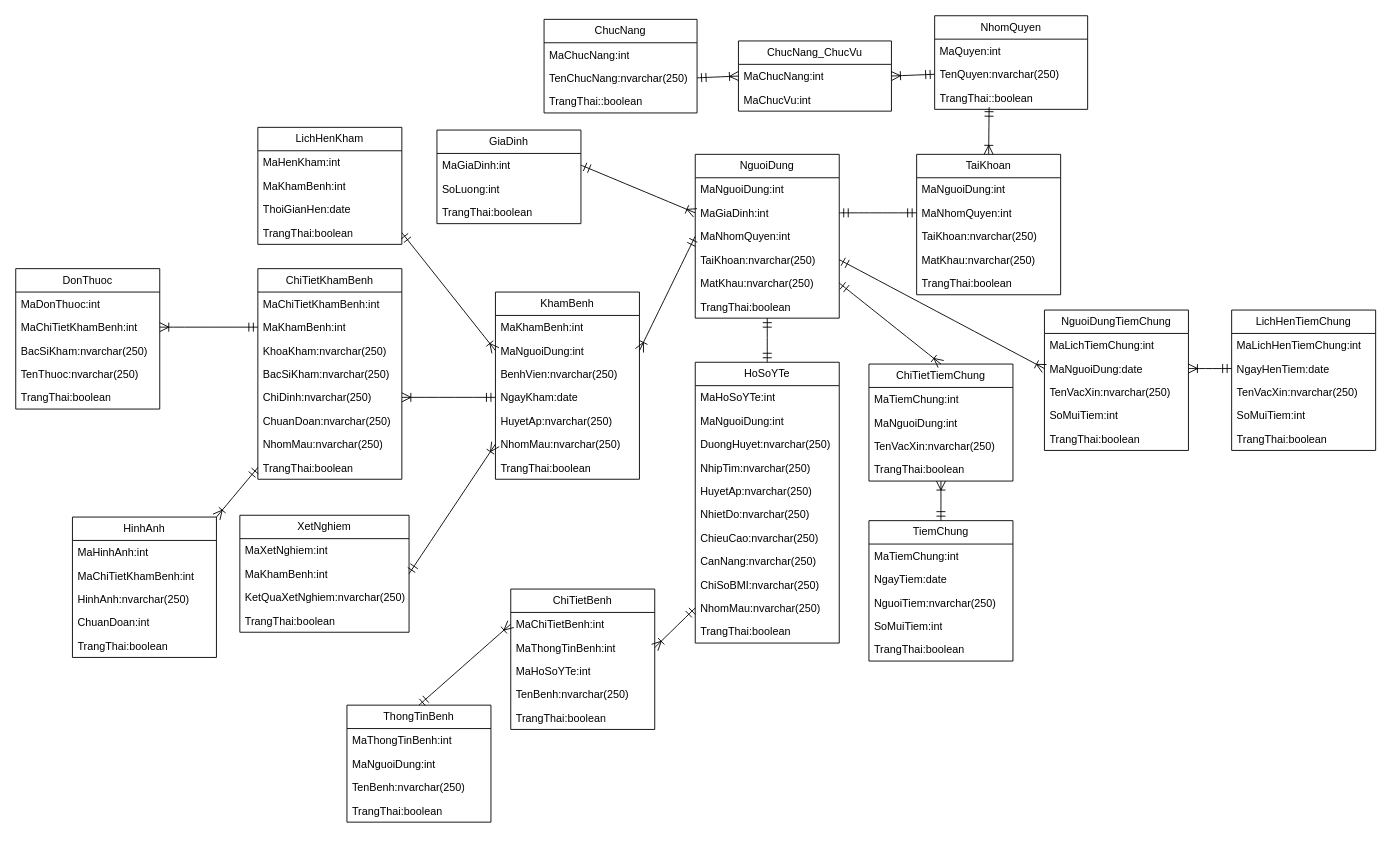
Above: nhatkykhamsukhoe.drawio in maivantai2003/vercelDemo (draw.io), before the change. Source tidied: cells renumbered, new cells numbered last; positions are measured from the earlier drawing's top-left corner, leaving out a move shared by most shapes. Both pictures are drawn from the tidied source at 90%, with x=0, y=0 at pixel (15, 15).
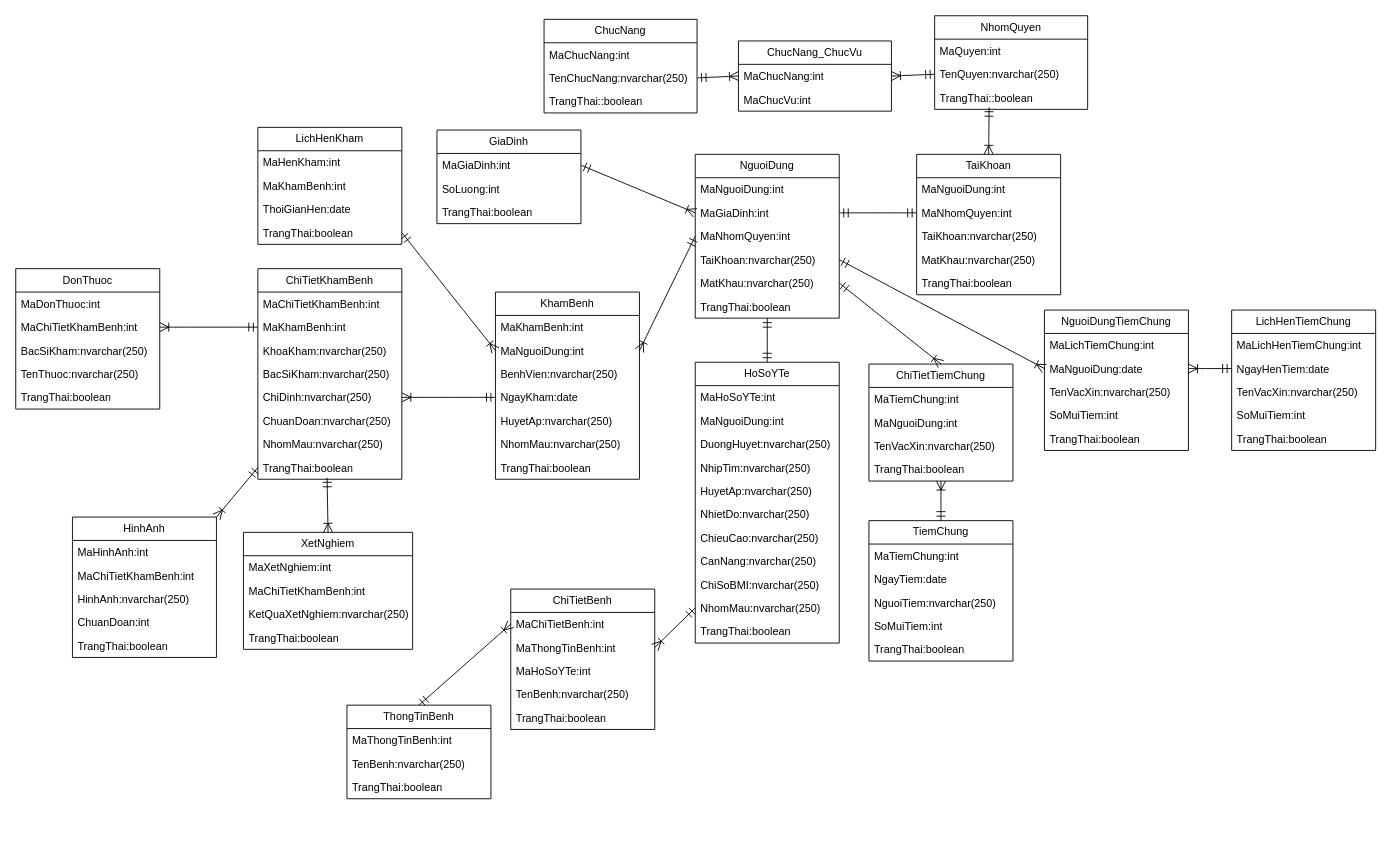
Above is the later version.

Unchanged cells that the change refers to:
```xml
<mxCell id="80" value="NhomMau:nvarchar(250)" style="text;strokeColor=none;fillColor=none;align=left;verticalAlign=top;spacingLeft=4;spacingRight=4;overflow=hidden;points=[[0,0.5],[1,0.5]];portConstraint=eastwest;whiteSpace=wrap;html=1;" parent="74" vertex="1">
  <mxGeometry y="156" width="160" height="26" as="geometry" />
</mxCell>
<mxCell id="105" value="TrangThai:boolean" style="text;strokeColor=none;fillColor=none;align=left;verticalAlign=top;spacingLeft=4;spacingRight=4;overflow=hidden;points=[[0,0.5],[1,0.5]];portConstraint=eastwest;whiteSpace=wrap;html=1;" parent="97" vertex="1">
  <mxGeometry y="208" width="160" height="26" as="geometry" />
</mxCell>
```

Change to the diagram source:
```diff
@@
     <mxCell id="48" value="ThongTinBenh" style="swimlane;fontStyle=0;horizontal=1;startSize=26;fillColor=none;whiteSpace=wrap;html=1;" parent="1" vertex="1">
-      <mxGeometry x="368" y="766" width="160" height="130" as="geometry" />
+      <mxGeometry x="368" y="766" width="160" height="104" as="geometry" />
     </mxCell>
@@
-    <mxCell id="50" value="MaNguoiDung:int" style="text;strokeColor=none;fillColor=none;align=left;verticalAlign=top;spacingLeft=4;spacingRight=4;overflow=hidden;whiteSpace=wrap;html=1;" parent="48" vertex="1">
-      <mxGeometry y="52" width="160" height="26" as="geometry" />
-    </mxCell>
     <mxCell id="51" value="TenBenh:nvarchar(250)" style="text;strokeColor=none;fillColor=none;align=left;verticalAlign=top;spacingLeft=4;spacingRight=4;overflow=hidden;whiteSpace=wrap;html=1;" parent="48" vertex="1">
-      <mxGeometry y="78" width="160" height="26" as="geometry" />
+      <mxGeometry y="52" width="160" height="26" as="geometry" />
     </mxCell>
     <mxCell id="52" value="TrangThai:boolean" style="text;strokeColor=none;fillColor=none;align=left;verticalAlign=top;spacingLeft=4;spacingRight=4;overflow=hidden;whiteSpace=wrap;html=1;" parent="48" vertex="1">
-      <mxGeometry y="104" width="160" height="26" as="geometry" />
+      <mxGeometry y="78" width="160" height="26" as="geometry" />
     </mxCell>
@@
     <mxCell id="127" value="XetNghiem" style="swimlane;fontStyle=0;horizontal=1;startSize=26;fillColor=none;whiteSpace=wrap;html=1;" parent="1" vertex="1">
-      <mxGeometry x="249" y="555" width="188" height="130" as="geometry" />
+      <mxGeometry x="253" y="574" width="188" height="130" as="geometry" />
     </mxCell>
@@
-    <mxCell id="129" value="MaKhamBenh:int" style="text;strokeColor=none;fillColor=none;align=left;verticalAlign=top;spacingLeft=4;spacingRight=4;overflow=hidden;points=[[0,0.5],[1,0.5]];portConstraint=eastwest;whiteSpace=wrap;html=1;" parent="127" vertex="1">
+    <mxCell id="129" value="MaChiTietKhamBenh:int" style="text;strokeColor=none;fillColor=none;align=left;verticalAlign=top;spacingLeft=4;spacingRight=4;overflow=hidden;points=[[0,0.5],[1,0.5]];portConstraint=eastwest;whiteSpace=wrap;html=1;" parent="127" vertex="1">
       <mxGeometry y="52" width="188" height="26" as="geometry" />
     </mxCell>
@@
-    <mxCell id="132" style="edgeStyle=none;curved=1;rounded=0;jettySize=auto;html=1;exitX=1;exitY=0.5;exitDx=0;exitDy=0;entryX=0;entryY=0.5;entryDx=0;entryDy=0;fontSize=12;startSize=8;endSize=8;endArrow=ERoneToMany;endFill=0;startArrow=ERmandOne;startFill=0;" parent="1" edge="1" source="129" target="80">
+    <mxCell id="132" style="edgeStyle=none;curved=1;rounded=0;jettySize=auto;html=1;exitX=0.5;exitY=0;exitDx=0;exitDy=0;entryX=0.481;entryY=0.938;entryDx=0;entryDy=0;fontSize=12;startSize=8;endSize=8;endArrow=ERmandOne;endFill=0;startArrow=ERoneToMany;startFill=0;entryPerimeter=0;" parent="1" edge="1" source="127" target="105">
       <mxGeometry relative="1" as="geometry" />
     </mxCell>
```
